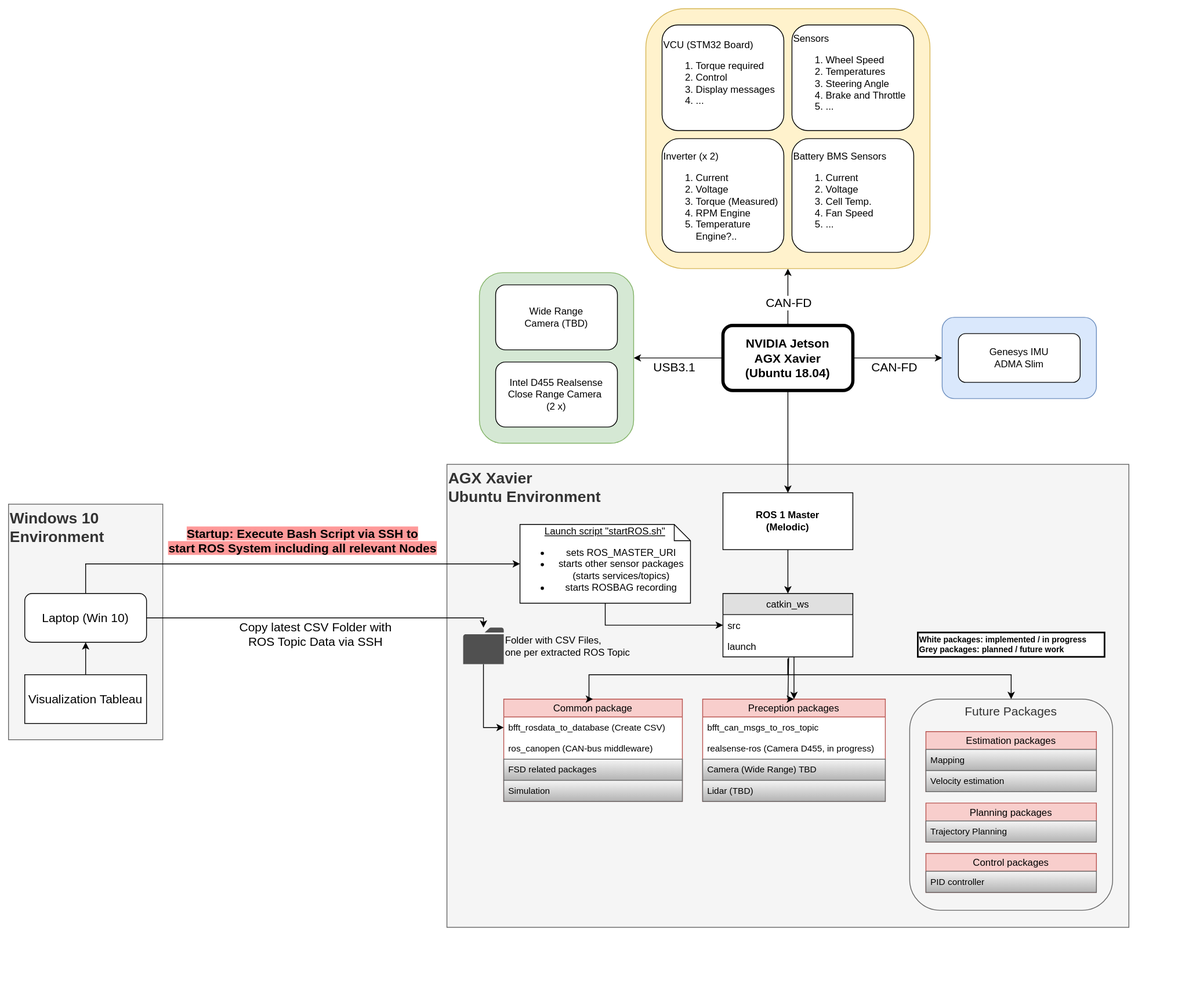
Before: img/ROS_Architecture_20210311.svg, a diagram exported from draw.io (Black-Forest-Formula-Team/bfft_formula-student_driverless). Source tidied: cells renumbered, new cells last; positions are measured from the earlier drawing's top-left corner, leaving out a move shared by most shapes.
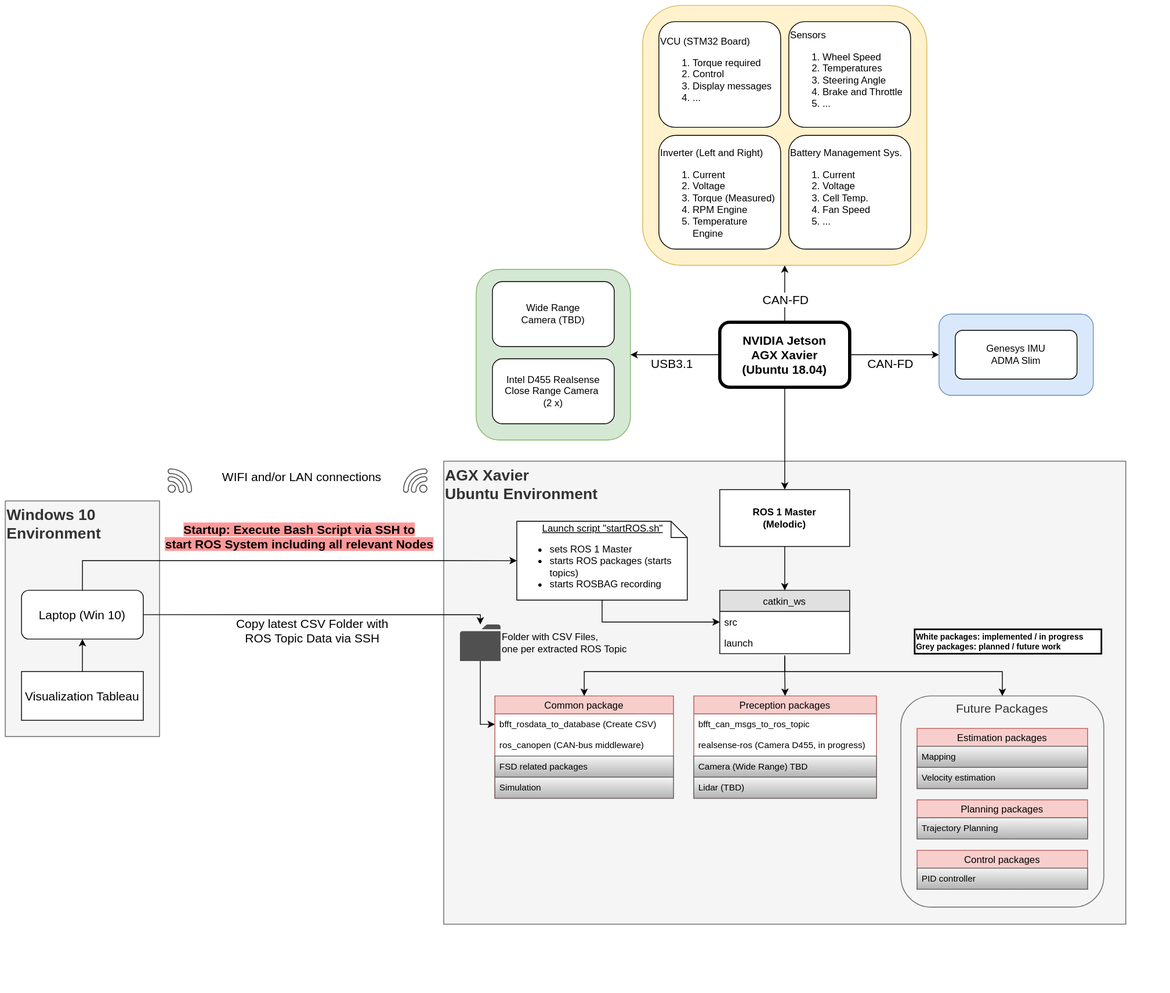
Later version of the same file.

Change to the diagram source:
```diff
@@ -38,10 +38,10 @@
     <mxCell id="11" value="&lt;div&gt;Sensors&lt;/div&gt;&lt;ol&gt;&lt;li&gt;Wheel Speed&lt;/li&gt;&lt;li&gt;Temperatures&lt;/li&gt;&lt;li&gt;Steering Angle&lt;/li&gt;&lt;li&gt;Brake and Throttle&lt;br&gt;&lt;/li&gt;&lt;li&gt;...&lt;/li&gt;&lt;/ol&gt;" style="rounded=1;whiteSpace=wrap;html=1;align=left;" parent="9" vertex="1">
       <mxGeometry x="180" y="20" width="150" height="130" as="geometry" />
     </mxCell>
-    <mxCell id="12" value="&lt;div&gt;Battery BMS Sensors&lt;br&gt;&lt;/div&gt;&lt;ol&gt;&lt;li&gt;&lt;div&gt;Current&lt;/div&gt;&lt;/li&gt;&lt;li&gt;&lt;div&gt;Voltage&lt;/div&gt;&lt;/li&gt;&lt;li&gt;&lt;div&gt;Cell Temp.&lt;/div&gt;&lt;/li&gt;&lt;li&gt;&lt;div&gt;Fan Speed&lt;/div&gt;&lt;/li&gt;&lt;li&gt;&lt;div&gt;...&lt;/div&gt;&lt;/li&gt;&lt;/ol&gt;" style="rounded=1;whiteSpace=wrap;html=1;align=left;" parent="9" vertex="1">
+    <mxCell id="12" value="&lt;div&gt;Battery Management Sys.&lt;br&gt;&lt;/div&gt;&lt;ol&gt;&lt;li&gt;&lt;div&gt;Current&lt;/div&gt;&lt;/li&gt;&lt;li&gt;&lt;div&gt;Voltage&lt;/div&gt;&lt;/li&gt;&lt;li&gt;&lt;div&gt;Cell Temp.&lt;/div&gt;&lt;/li&gt;&lt;li&gt;&lt;div&gt;Fan Speed&lt;/div&gt;&lt;/li&gt;&lt;li&gt;&lt;div&gt;...&lt;/div&gt;&lt;/li&gt;&lt;/ol&gt;" style="rounded=1;whiteSpace=wrap;html=1;align=left;" parent="9" vertex="1">
       <mxGeometry x="180" y="160" width="150" height="140" as="geometry" />
     </mxCell>
-    <mxCell id="13" value="&lt;div&gt;&lt;br&gt;&lt;/div&gt;&lt;div&gt;Inverter (x 2)&lt;/div&gt;&lt;ol&gt;&lt;li&gt;&lt;div&gt;Current&lt;/div&gt;&lt;/li&gt;&lt;li&gt;&lt;div&gt;Voltage&lt;/div&gt;&lt;/li&gt;&lt;li&gt;Torque (Measured)&lt;br&gt;&lt;/li&gt;&lt;li&gt;RPM Engine&lt;/li&gt;&lt;li&gt;Temperature Engine?..&lt;/li&gt;&lt;/ol&gt;" style="rounded=1;whiteSpace=wrap;html=1;align=left;" parent="9" vertex="1">
+    <mxCell id="13" value="&lt;div&gt;&lt;br&gt;&lt;/div&gt;&lt;div&gt;Inverter (Left and Right)&lt;/div&gt;&lt;ol&gt;&lt;li&gt;&lt;div&gt;Current&lt;/div&gt;&lt;/li&gt;&lt;li&gt;&lt;div&gt;Voltage&lt;/div&gt;&lt;/li&gt;&lt;li&gt;Torque (Measured)&lt;br&gt;&lt;/li&gt;&lt;li&gt;RPM Engine&lt;/li&gt;&lt;li&gt;Temperature Engine&lt;/li&gt;&lt;/ol&gt;" style="rounded=1;whiteSpace=wrap;html=1;align=left;" parent="9" vertex="1">
       <mxGeometry x="20" y="160" width="150" height="140" as="geometry" />
     </mxCell>
     <mxCell id="14" value="&lt;div&gt;VCU (STM32 Board)&lt;br&gt;&lt;/div&gt;&lt;ol&gt;&lt;li&gt;Torque required&lt;/li&gt;&lt;li&gt;Control&lt;/li&gt;&lt;li&gt;Display messages&lt;br&gt;&lt;/li&gt;&lt;li&gt;...&lt;/li&gt;&lt;/ol&gt;" style="rounded=1;whiteSpace=wrap;html=1;align=left;" parent="9" vertex="1">
@@ -69,13 +69,13 @@
       <mxGeometry x="20" y="20" width="150" height="60" as="geometry" />
     </mxCell>
     <mxCell id="22" style="group;" parent="1" vertex="1">
-      <mxGeometry x="170" y="660" width="155" height="190" as="geometry" />
+      <mxGeometry x="170" y="660" width="155" height="240" as="geometry" />
     </mxCell>
     <mxCell id="23" style="group;" parent="22" vertex="1">
-      <mxGeometry x="-35" y="-20" width="190" height="210" as="geometry" />
+      <mxGeometry x="-35" y="-20" width="190" height="260" as="geometry" />
     </mxCell>
     <mxCell id="24" style="group;" parent="23" vertex="1">
-      <mxGeometry x="-135" y="-30" width="190" height="290" as="geometry" />
+      <mxGeometry x="-135" y="-30" width="210" height="290" as="geometry" />
     </mxCell>
     <mxCell id="25" value="&lt;div style=&quot;font-size: 19px&quot; align=&quot;left&quot;&gt;&lt;b&gt;&lt;font style=&quot;font-size: 19px&quot;&gt;Windows 10 &lt;br&gt;&lt;/font&gt;&lt;/b&gt;&lt;/div&gt;&lt;div style=&quot;font-size: 19px&quot; align=&quot;left&quot;&gt;&lt;b&gt;&lt;font style=&quot;font-size: 19px&quot;&gt;Environment&lt;/font&gt;&lt;/b&gt;&lt;/div&gt;" style="rounded=0;whiteSpace=wrap;html=1;strokeWidth=1;fontSize=15;align=left;fillColor=#f5f5f5;strokeColor=#666666;fontColor=#333333;verticalAlign=top;" parent="24" vertex="1">
       <mxGeometry width="190" height="290" as="geometry" />
@@ -106,7 +106,7 @@
     </mxCell>
     <mxCell id="34" style="edgeStyle=orthogonalEdgeStyle;rounded=0;jettySize=auto;html=1;fontSize=15;entryX=0.5;entryY=0;entryDx=0;entryDy=0;" parent="30" edge="1" target="38">
       <mxGeometry relative="1" as="geometry">
-        <mxPoint x="350" y="157" as="sourcePoint" />
+        <mxPoint x="350" y="239" as="sourcePoint" />
       </mxGeometry>
     </mxCell>
     <mxCell id="35" value="catkin_ws" style="swimlane;fontStyle=0;horizontal=1;startSize=26;fillColor=#e0e0e0;swimlaneFillColor=#ffffff;align=center;fontSize=12;" parent="30" vertex="1">
@@ -119,7 +119,7 @@
       <mxGeometry y="52" width="160" height="26" as="geometry" />
     </mxCell>
     <mxCell id="38" value="Preception packages" style="swimlane;fontStyle=0;horizontal=1;startSize=22;fillColor=#f8cecc;swimlaneFillColor=#ffffff;align=center;fontSize=12;strokeColor=#b85450;" parent="30" vertex="1">
-      <mxGeometry x="245" y="269" width="225" height="126" as="geometry" />
+      <mxGeometry x="238" y="269" width="225" height="126" as="geometry" />
     </mxCell>
     <mxCell id="39" value="bfft_can_msgs_to_ros_topic" style="text;strokeColor=none;fillColor=none;spacingLeft=4;spacingRight=4;overflow=hidden;fontSize=11;" parent="38" vertex="1">
       <mxGeometry y="22" width="225" height="26" as="geometry" />
@@ -136,11 +136,11 @@
     <mxCell id="43" style="edgeStyle=orthogonalEdgeStyle;rounded=0;jettySize=auto;html=1;entryX=0;entryY=0.5;entryDx=0;entryDy=0;" parent="30" edge="1" source="44" target="36">
       <mxGeometry relative="1" as="geometry" />
     </mxCell>
-    <mxCell id="44" value="&lt;div style=&quot;font-size: 12px;&quot;&gt;&lt;u&gt;&lt;font style=&quot;font-size: 12px&quot;&gt;Launch script &quot;startROS.sh&quot;&lt;br&gt;&lt;/font&gt;&lt;/u&gt;&lt;/div&gt;&lt;div style=&quot;font-size: 12px;&quot;&gt;&lt;ul&gt;&lt;li style=&quot;&quot;&gt;&lt;font style=&quot;font-size: 12px&quot;&gt;sets ROS_MASTER_URI&lt;/font&gt;&lt;/li&gt;&lt;li style=&quot;&quot;&gt;&lt;font style=&quot;font-size: 12px&quot;&gt;starts other sensor packages (starts services/topics)&lt;/font&gt;&lt;/li&gt;&lt;li style=&quot;&quot;&gt;&lt;font style=&quot;font-size: 12px&quot;&gt;starts ROSBAG recording&lt;br&gt;&lt;/font&gt;&lt;/li&gt;&lt;/ul&gt;&lt;/div&gt;" style="shape=note;strokeWidth=1;fontSize=14;size=20;whiteSpace=wrap;html=1;spacing=1;align=center;" parent="30" vertex="1">
+    <mxCell id="44" value="&lt;div style=&quot;font-size: 12px&quot; align=&quot;center&quot;&gt;&lt;u&gt;&lt;font style=&quot;font-size: 12px&quot;&gt;Launch script &quot;startROS.sh&quot;&lt;br&gt;&lt;/font&gt;&lt;/u&gt;&lt;/div&gt;&lt;div style=&quot;font-size: 12px&quot;&gt;&lt;ul&gt;&lt;li&gt;&lt;font style=&quot;font-size: 12px&quot;&gt;sets ROS 1 Master&lt;br&gt;&lt;/font&gt;&lt;/li&gt;&lt;li&gt;&lt;font style=&quot;font-size: 12px&quot;&gt;starts ROS packages (starts topics)&lt;/font&gt;&lt;/li&gt;&lt;li&gt;&lt;font style=&quot;font-size: 12px&quot;&gt;starts ROSBAG recording&lt;br&gt;&lt;/font&gt;&lt;/li&gt;&lt;/ul&gt;&lt;/div&gt;" style="shape=note;strokeWidth=1;fontSize=14;size=20;whiteSpace=wrap;html=1;spacing=1;align=left;" parent="30" vertex="1">
       <mxGeometry x="20" y="54" width="210" height="97" as="geometry" />
     </mxCell>
     <mxCell id="45" value="Common package" style="swimlane;fontStyle=0;horizontal=1;startSize=22;fillColor=#f8cecc;swimlaneFillColor=#ffffff;align=center;fontSize=12;strokeColor=#b85450;" parent="30" vertex="1">
-      <mxGeometry y="269" width="220" height="126" as="geometry" />
+      <mxGeometry x="-7" y="269" width="220" height="126" as="geometry" />
     </mxCell>
     <mxCell id="46" value="bfft_rosdata_to_database (Create CSV)" style="text;strokeColor=none;fillColor=none;spacingLeft=4;spacingRight=4;overflow=hidden;points=[[0,0.5],[1,0.5]];portConstraint=eastwest;fontSize=11;" parent="45" vertex="1">
       <mxGeometry y="22" width="220" height="26" as="geometry" />
@@ -155,7 +155,7 @@
       <mxGeometry y="100" width="220" height="26" as="geometry" />
     </mxCell>
     <mxCell id="50" style="group;" parent="30" vertex="1">
-      <mxGeometry x="500" y="269" width="250" height="260" as="geometry" />
+      <mxGeometry x="493" y="269" width="250" height="260" as="geometry" />
     </mxCell>
     <mxCell id="51" value="Future Packages" style="rounded=1;whiteSpace=wrap;html=1;strokeWidth=1;fontSize=15;align=center;fillColor=#f5f5f5;strokeColor=#666666;fontColor=#333333;verticalAlign=top;" parent="50" vertex="1">
       <mxGeometry width="250" height="260" as="geometry" />
@@ -185,7 +185,7 @@
       <mxGeometry relative="1" as="geometry">
         <Array as="points">
           <mxPoint x="350" y="239" />
-          <mxPoint x="105" y="239" />
+          <mxPoint x="103" y="239" />
         </Array>
       </mxGeometry>
     </mxCell>
@@ -193,17 +193,10 @@
       <mxGeometry relative="1" as="geometry">
         <Array as="points">
           <mxPoint x="350" y="239" />
-          <mxPoint x="625" y="239" />
+          <mxPoint x="618" y="239" />
         </Array>
       </mxGeometry>
     </mxCell>
-    <mxCell id="61" style="edgeStyle=orthogonalEdgeStyle;rounded=0;jettySize=auto;html=1;entryX=0.5;entryY=0;entryDx=0;entryDy=0;exitX=0.506;exitY=1.038;exitDx=0;exitDy=0;exitPerimeter=0;" parent="30" edge="1" source="37" target="38">
-      <mxGeometry relative="1" as="geometry">
-        <Array as="points">
-          <mxPoint x="350" y="218" />
-        </Array>
-      </mxGeometry>
-    </mxCell>
     <mxCell id="62" value="&lt;div&gt;&lt;span style=&quot;background-color: rgb(255 , 255 , 255)&quot;&gt;White packages: implemented / in progress&lt;br&gt;&lt;/span&gt;&lt;/div&gt;&lt;div&gt;&lt;span style=&quot;background-color: rgb(255 , 255 , 255)&quot;&gt;Grey packages: planned / future work&lt;br&gt;&lt;/span&gt;&lt;/div&gt;" style="text;html=1;align=left;verticalAlign=middle;rounded=0;fontSize=10;fontStyle=1;fillColor=#ffffff;strokeColor=#000000;strokeWidth=2;" parent="30" vertex="1">
       <mxGeometry x="510" y="187" width="230" height="30" as="geometry" />
     </mxCell>
@@ -229,7 +222,20 @@
       <mxGeometry x="560" y="762" width="50" height="45" as="geometry" />
     </mxCell>
     <mxCell id="67" style="edgeStyle=orthogonalEdgeStyle;rounded=0;jettySize=auto;html=1;entryX=0;entryY=0.5;entryDx=0;entryDy=0;" parent="1" edge="1" source="66" target="46">
-      <mxGeometry relative="1" as="geometry" />
+      <mxGeometry relative="1" as="geometry">
+        <Array as="points">
+          <mxPoint x="585" y="885" />
+        </Array>
+      </mxGeometry>
     </mxCell>
+    <mxCell id="68" style="shadow=0;dashed=0;html=1;strokeColor=none;fillColor=#434445;labelPosition=center;verticalLabelPosition=bottom;verticalAlign=top;align=center;shape=mxgraph.vvd.wi_fi;" parent="1" vertex="1">
+      <mxGeometry x="200" y="570" width="30" height="30" as="geometry" />
+    </mxCell>
+    <mxCell id="69" style="shadow=0;dashed=0;html=1;strokeColor=none;fillColor=#434445;labelPosition=center;verticalLabelPosition=bottom;verticalAlign=top;align=center;shape=mxgraph.vvd.wi_fi;rotation=-90;" parent="1" vertex="1">
+      <mxGeometry x="490" y="570" width="30" height="30" as="geometry" />
+    </mxCell>
+    <mxCell id="70" value="WIFI and/or LAN connections" style="text;html=1;align=center;verticalAlign=middle;fontSize=15;" parent="1" vertex="1">
+      <mxGeometry x="265" y="570" width="200" height="20" as="geometry" />
+    </mxCell>
   </root>
 </mxGraphModel>
```
